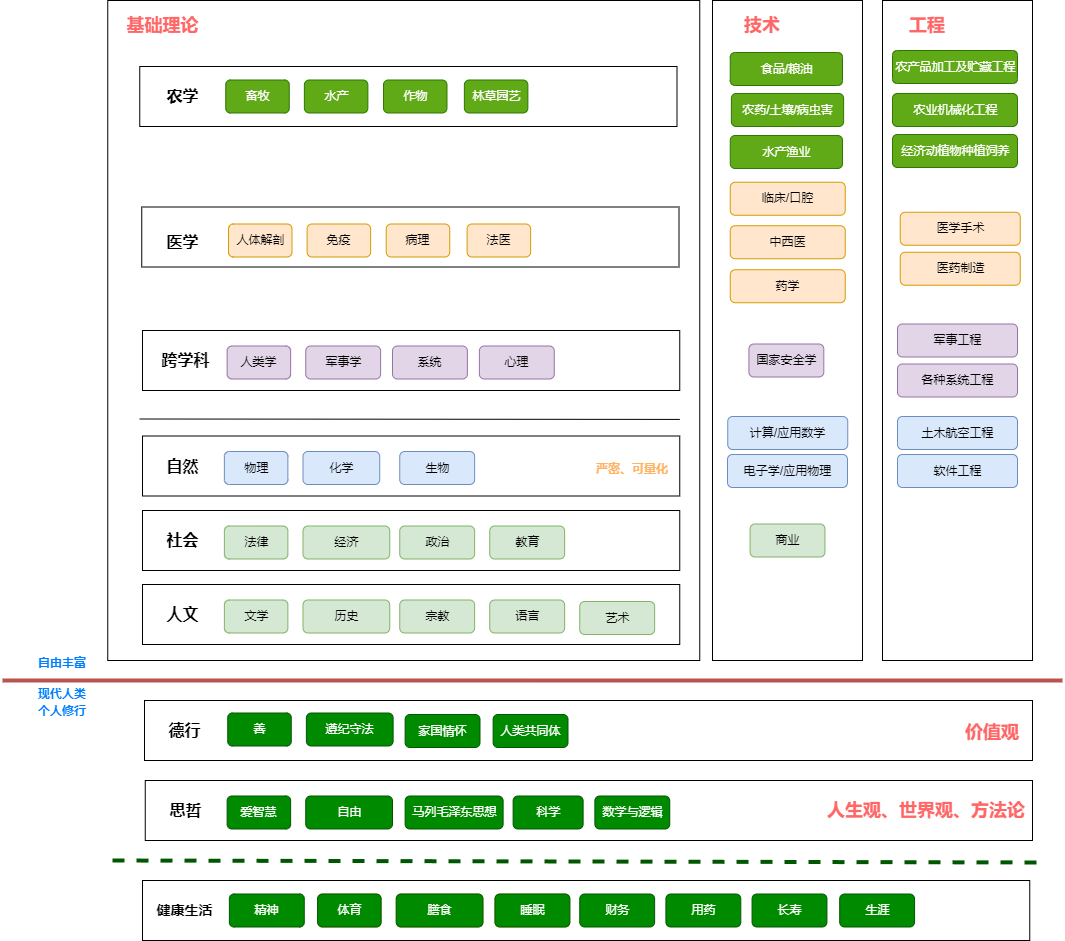
Before: image/big-science.drawio.png, a diagram exported from draw.io (codefossil/livingbook). Source tidied: cells renumbered, new cells last; positions are measured from the earlier drawing's top-left corner, leaving out a move shared by most shapes.
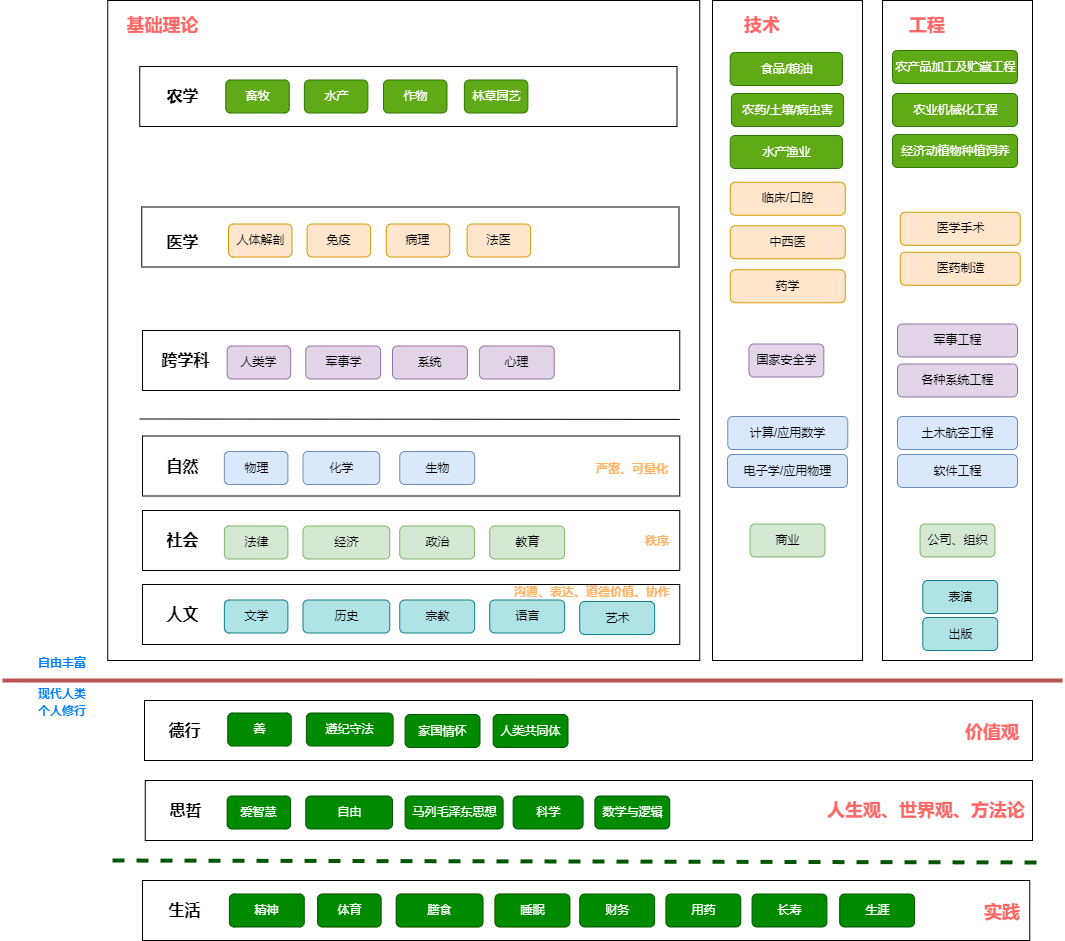
The same diagram one commit later.

The edit, as a diff of the source:
```diff
@@ -29,7 +29,7 @@
     <mxCell id="10" style="rounded=0;html=1;align=center;verticalAlign=middle;fontStyle=0;fontSize=12;sketch=0;shadow=0;" parent="1" vertex="1">
       <mxGeometry x="140" y="880" width="887.2" height="60" as="geometry" />
     </mxCell>
-    <mxCell id="11" value="&lt;font style=&quot;font-size: 14px;&quot;&gt;健康生活&lt;/font&gt;" style="fillColor=none;strokeColor=none;html=1;fontColor=#000000;align=center;verticalAlign=middle;fontStyle=1;fontSize=12;shadow=0;" parent="1" vertex="1">
+    <mxCell id="11" value="&lt;font style=&quot;font-size: 16px;&quot;&gt;生活&lt;/font&gt;" style="fillColor=none;strokeColor=none;html=1;fontColor=#000000;align=center;verticalAlign=middle;fontStyle=1;fontSize=12;shadow=0;" parent="1" vertex="1">
       <mxGeometry x="139.2" y="893.5" width="86" height="33" as="geometry" />
     </mxCell>
     <mxCell id="12" value="体育" style="rounded=1;fillColor=#fff2cc;strokeColor=#d6b656;html=1;align=center;verticalAlign=middle;fontStyle=0;fontSize=12;sketch=0;shadow=0;" parent="1" vertex="1">
@@ -74,13 +74,13 @@
     <mxCell id="23" value="&lt;span style=&quot;font-size: 16px;&quot;&gt;人文&lt;br&gt;&lt;/span&gt;" style="fillColor=none;strokeColor=none;html=1;fontColor=#000000;align=center;verticalAlign=middle;fontStyle=1;fontSize=12;shadow=0;" parent="1" vertex="1">
       <mxGeometry x="137.2" y="597.5" width="86" height="33" as="geometry" />
     </mxCell>
-    <mxCell id="24" value="文学" style="rounded=1;fillColor=#d5e8d4;strokeColor=#82b366;html=1;align=center;verticalAlign=middle;fontStyle=0;fontSize=12;sketch=0;shadow=0;" parent="1" vertex="1">
+    <mxCell id="24" value="文学" style="rounded=1;fillColor=#b0e3e6;strokeColor=#0e8088;html=1;align=center;verticalAlign=middle;fontStyle=0;fontSize=12;sketch=0;shadow=0;" parent="1" vertex="1">
       <mxGeometry x="221.9" y="599.5" width="63.5" height="33" as="geometry" />
     </mxCell>
-    <mxCell id="25" value="历史" style="rounded=1;fillColor=#d5e8d4;strokeColor=#82b366;html=1;align=center;verticalAlign=middle;fontStyle=0;fontSize=12;sketch=0;shadow=0;" parent="1" vertex="1">
+    <mxCell id="25" value="历史" style="rounded=1;fillColor=#b0e3e6;strokeColor=#0e8088;html=1;align=center;verticalAlign=middle;fontStyle=0;fontSize=12;sketch=0;shadow=0;" parent="1" vertex="1">
       <mxGeometry x="300.5" y="599.5" width="86.8" height="33" as="geometry" />
     </mxCell>
-    <mxCell id="26" value="宗教" style="rounded=1;fillColor=#d5e8d4;strokeColor=#82b366;html=1;align=center;verticalAlign=middle;fontStyle=0;fontSize=12;sketch=0;shadow=0;" parent="1" vertex="1">
+    <mxCell id="26" value="宗教" style="rounded=1;fillColor=#b0e3e6;strokeColor=#0e8088;html=1;align=center;verticalAlign=middle;fontStyle=0;fontSize=12;sketch=0;shadow=0;" parent="1" vertex="1">
       <mxGeometry x="397.2" y="599.5" width="74.9" height="33" as="geometry" />
     </mxCell>
     <mxCell id="27" style="rounded=0;html=1;align=center;verticalAlign=middle;fontStyle=0;fontSize=12;sketch=0;shadow=0;" parent="1" vertex="1">
@@ -134,13 +134,13 @@
     <mxCell id="42" value="军事学" style="rounded=1;fillColor=#e1d5e7;strokeColor=#9673a6;html=1;align=center;verticalAlign=middle;fontStyle=0;fontSize=12;sketch=0;shadow=0;" parent="1" vertex="1">
       <mxGeometry x="303.2" y="345.5" width="74.9" height="33" as="geometry" />
     </mxCell>
-    <mxCell id="43" value="语言" style="rounded=1;fillColor=#d5e8d4;strokeColor=#82b366;html=1;align=center;verticalAlign=middle;fontStyle=0;fontSize=12;sketch=0;shadow=0;" parent="1" vertex="1">
+    <mxCell id="43" value="语言" style="rounded=1;fillColor=#b0e3e6;strokeColor=#0e8088;html=1;align=center;verticalAlign=middle;fontStyle=0;fontSize=12;sketch=0;shadow=0;" parent="1" vertex="1">
       <mxGeometry x="487.2" y="599.5" width="74.9" height="33" as="geometry" />
     </mxCell>
     <mxCell id="44" value="教育" style="rounded=1;fillColor=#d5e8d4;strokeColor=#82b366;html=1;align=center;verticalAlign=middle;fontStyle=0;fontSize=12;sketch=0;shadow=0;" parent="1" vertex="1">
       <mxGeometry x="487.2" y="525.5" width="74.9" height="33" as="geometry" />
     </mxCell>
-    <mxCell id="45" value="艺术" style="rounded=1;fillColor=#d5e8d4;strokeColor=#82b366;html=1;align=center;verticalAlign=middle;fontStyle=0;fontSize=12;sketch=0;shadow=0;" parent="1" vertex="1">
+    <mxCell id="45" value="艺术" style="rounded=1;fillColor=#b0e3e6;strokeColor=#0e8088;html=1;align=center;verticalAlign=middle;fontStyle=0;fontSize=12;sketch=0;shadow=0;" parent="1" vertex="1">
       <mxGeometry x="577.2" y="601" width="74.9" height="33" as="geometry" />
     </mxCell>
     <mxCell id="46" value="用药" style="rounded=1;fillColor=#008a00;strokeColor=#005700;html=1;align=center;verticalAlign=middle;fontStyle=0;fontSize=12;sketch=0;shadow=0;fontColor=#ffffff;" parent="1" vertex="1">
@@ -296,5 +296,23 @@
     <mxCell id="96" value="&lt;b style=&quot;&quot;&gt;&lt;font color=&quot;#ffb366&quot; style=&quot;font-size: 12px;&quot;&gt;严密、可量化&lt;/font&gt;&lt;/b&gt;" style="text;html=1;strokeColor=none;fillColor=none;align=right;verticalAlign=middle;whiteSpace=wrap;rounded=0;fontSize=14;fontColor=#FF6666;" parent="1" vertex="1">
       <mxGeometry x="544.5" y="452.5" width="122.8" height="30" as="geometry" />
     </mxCell>
+    <mxCell id="97" value="公司、组织" style="rounded=1;fillColor=#d5e8d4;strokeColor=#82b366;html=1;align=center;verticalAlign=middle;fontStyle=0;fontSize=12;sketch=0;shadow=0;" parent="1" vertex="1">
+      <mxGeometry x="917.6" y="523.5" width="74.9" height="33" as="geometry" />
+    </mxCell>
+    <mxCell id="98" value="&lt;span style=&quot;font-size: 18px;&quot;&gt;&lt;b&gt;实践&lt;/b&gt;&lt;/span&gt;" style="text;html=1;strokeColor=none;fillColor=none;align=right;verticalAlign=middle;whiteSpace=wrap;rounded=0;fontSize=14;fontColor=#FF6666;" parent="1" vertex="1">
+      <mxGeometry x="940" y="896.5" width="79.8" height="30" as="geometry" />
+    </mxCell>
+    <mxCell id="99" value="表演" style="rounded=1;fillColor=#b0e3e6;strokeColor=#0e8088;html=1;align=center;verticalAlign=middle;fontStyle=0;fontSize=12;sketch=0;shadow=0;" parent="1" vertex="1">
+      <mxGeometry x="920.3" y="580" width="74.9" height="33" as="geometry" />
+    </mxCell>
+    <mxCell id="100" value="出版" style="rounded=1;fillColor=#b0e3e6;strokeColor=#0e8088;html=1;align=center;verticalAlign=middle;fontStyle=0;fontSize=12;sketch=0;shadow=0;" parent="1" vertex="1">
+      <mxGeometry x="920.3" y="617" width="74.9" height="33" as="geometry" />
+    </mxCell>
+    <mxCell id="101" value="&lt;b style=&quot;&quot;&gt;&lt;font color=&quot;#ffb366&quot; style=&quot;font-size: 12px;&quot;&gt;沟通、表达、道德价值、协作&lt;/font&gt;&lt;/b&gt;" style="text;html=1;strokeColor=none;fillColor=none;align=right;verticalAlign=middle;whiteSpace=wrap;rounded=0;fontSize=14;fontColor=#FF6666;" parent="1" vertex="1">
+      <mxGeometry x="453" y="576" width="217.2" height="30" as="geometry" />
+    </mxCell>
+    <mxCell id="102" value="&lt;font color=&quot;#ffb366&quot;&gt;&lt;span style=&quot;font-size: 12px;&quot;&gt;&lt;b&gt;秩序&lt;/b&gt;&lt;/span&gt;&lt;/font&gt;" style="text;html=1;strokeColor=none;fillColor=none;align=right;verticalAlign=middle;whiteSpace=wrap;rounded=0;fontSize=14;fontColor=#FF6666;" parent="1" vertex="1">
+      <mxGeometry x="452.2" y="525" width="217.2" height="30" as="geometry" />
+    </mxCell>
   </root>
 </mxGraphModel>
```
